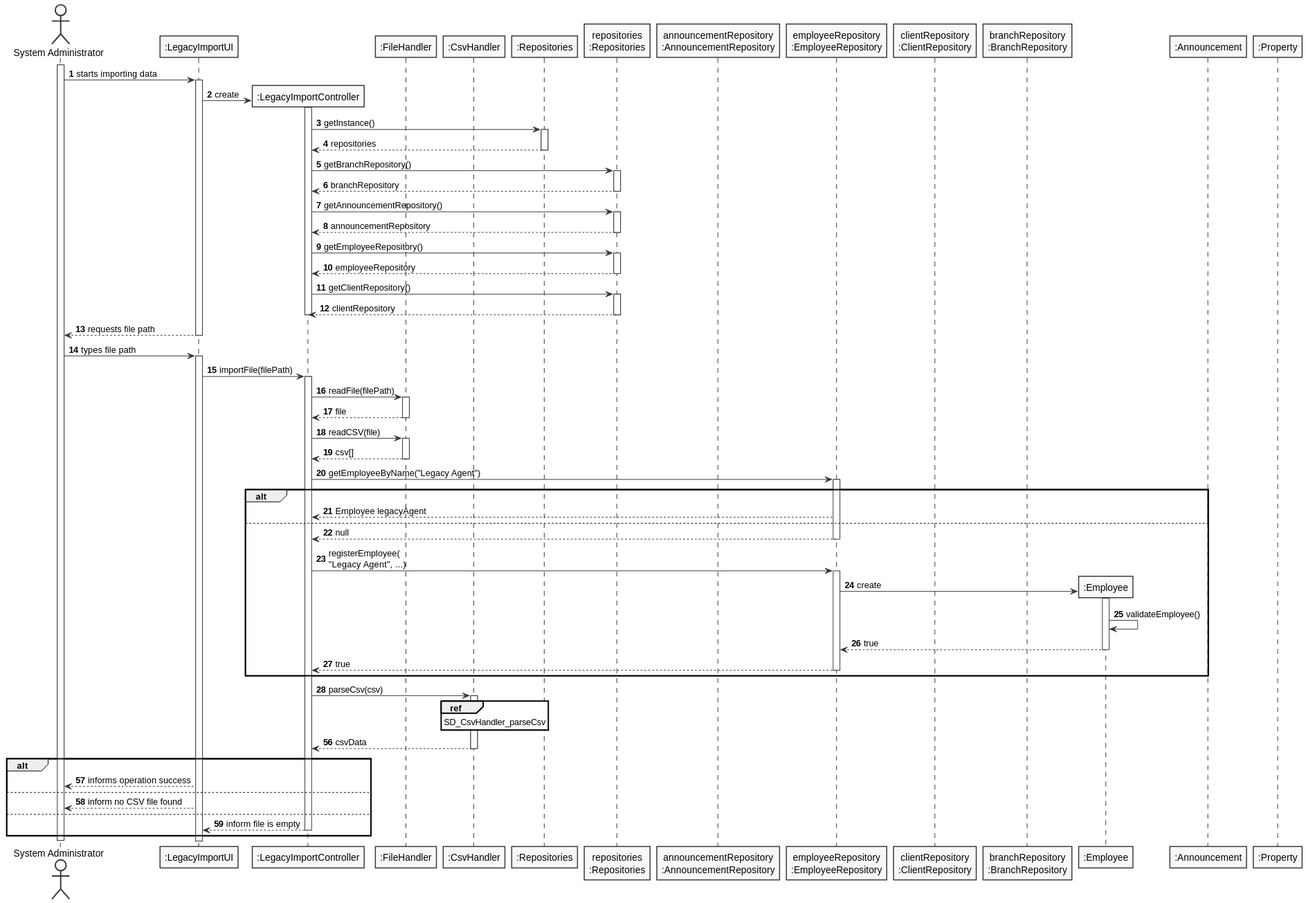
Above: docs/sprintC/US012/03.design/svg/us012-sequence-diagram.svg in tiagohcorreia/LAPR2 (PlantUML), before the change.
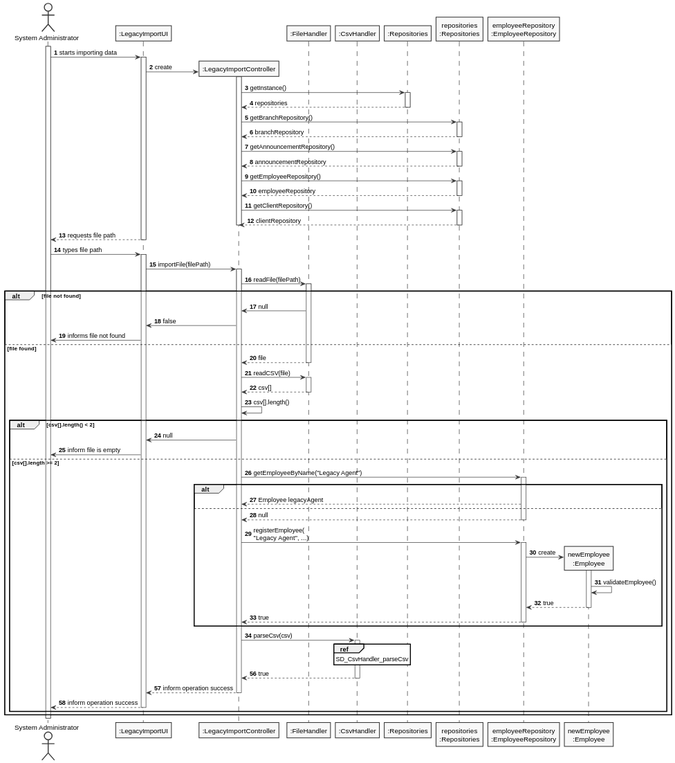
The same file after the commit.

Change to the diagram source:
```diff
@@ -12,13 +12,8 @@
 
 participant ":Repositories" as repos
 participant "repositories\n:Repositories" as repositories
-participant "announcementRepository\n:AnnouncementRepository" as AnnR
 participant "employeeRepository\n:EmployeeRepository" as EmpR
-participant "clientRepository\n:ClientRepository" as CliR
-participant "branchRepository\n:BranchRepository" as BraR
-participant ":Employee" as Emp
-participant ":Announcement" as Ann
-participant ":Property" as Pro
+participant "newEmployee\n:Employee" as Emp
 
 activate sa
 sa -> ui: starts importing data
@@ -56,11 +51,21 @@
 activate ctrl
 ctrl -> fh: readFile(filePath)
 activate fh
-return file
-
+alt file not found
+fh -> ctrl: null
+ctrl -> ui: false
+ui -> sa: informs file not found
+else file found
+    return file
 ctrl -> fh: readCSV(file)
 activate fh
 return csv[]
+
+ctrl -> ctrl: csv[].length()
+alt csv[].length() < 2
+ctrl -> ui: null
+ui -> sa: inform file is empty
+else csv[].length >= 2
 
 ctrl -> EmpR: getEmployeeByName("Legacy Agent")
 activate EmpR
@@ -82,16 +87,14 @@
 activate ch
 ref over ch: SD_CsvHandler_parseCsv
 autonumber 56
-return csvData
+return true
+return inform operation success
+return inform operation success
+end
+end
 
-alt
-    ui --> sa: informs operation success
-else
-    ui --> sa: inform no CSV file found
-else
-    return inform file is empty
 
-end
+
 
 deactivate sa
 
```
